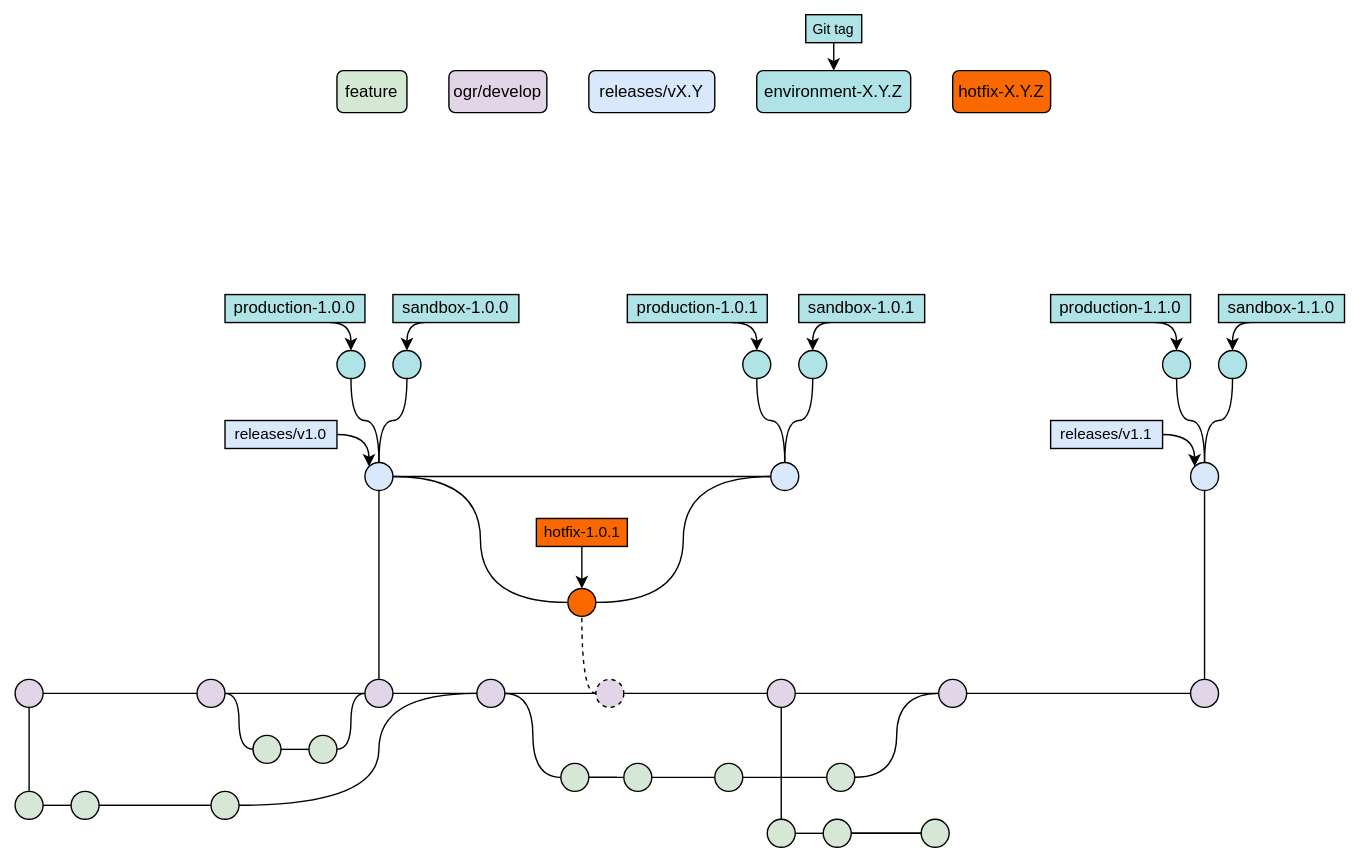
The draw.io diagram doc/diagrams/gitflow.drawio.svg in opensupplyhub/open-supply-hub, before a commit. Source tidied: cells renumbered, new cells last; positions are measured from the earlier drawing's top-left corner, leaving out a move shared by most shapes.
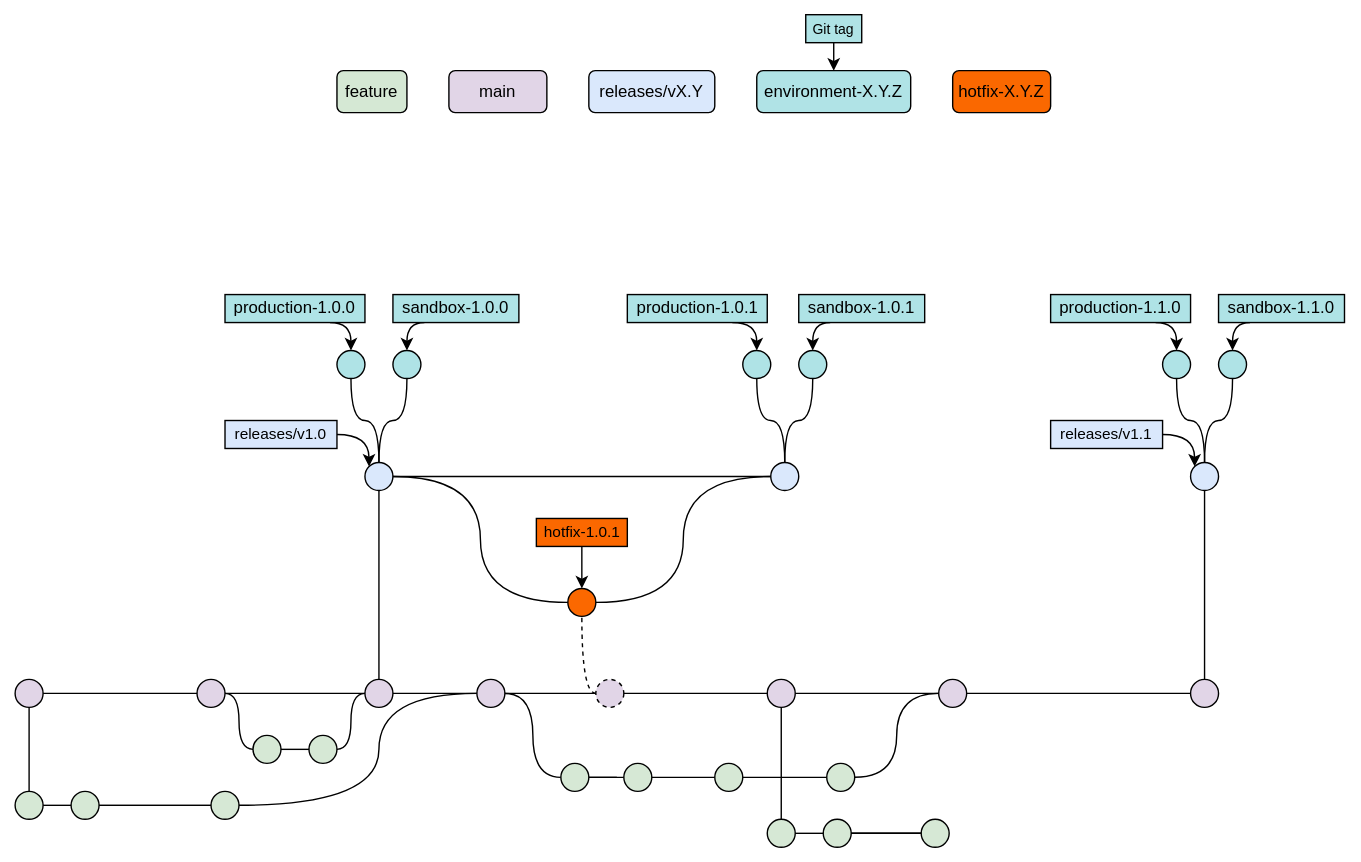
After the change.

Commit message:
Replace org/develop with main

Diff of the diagram source:
```diff
@@ -34,7 +34,7 @@
     <mxCell id="10" value="releases/vX.Y" style="rounded=1;html=1;fillColor=#dae8fc;strokeColor=#000000;align=center;whiteSpace=wrap;" parent="1" vertex="1">
       <mxGeometry x="410" y="40" width="90" height="30" as="geometry" />
     </mxCell>
-    <mxCell id="11" value="ogr/develop" style="rounded=1;whiteSpace=wrap;html=1;fillColor=#e1d5e7;strokeColor=#000000;" parent="1" vertex="1">
+    <mxCell id="11" value="main" style="rounded=1;whiteSpace=wrap;html=1;fillColor=#e1d5e7;strokeColor=#000000;" parent="1" vertex="1">
       <mxGeometry x="310" y="40" width="70" height="30" as="geometry" />
     </mxCell>
     <mxCell id="12" value="feature" style="rounded=1;whiteSpace=wrap;html=1;fillColor=#d5e8d4;strokeColor=#000000;" parent="1" vertex="1">
```
